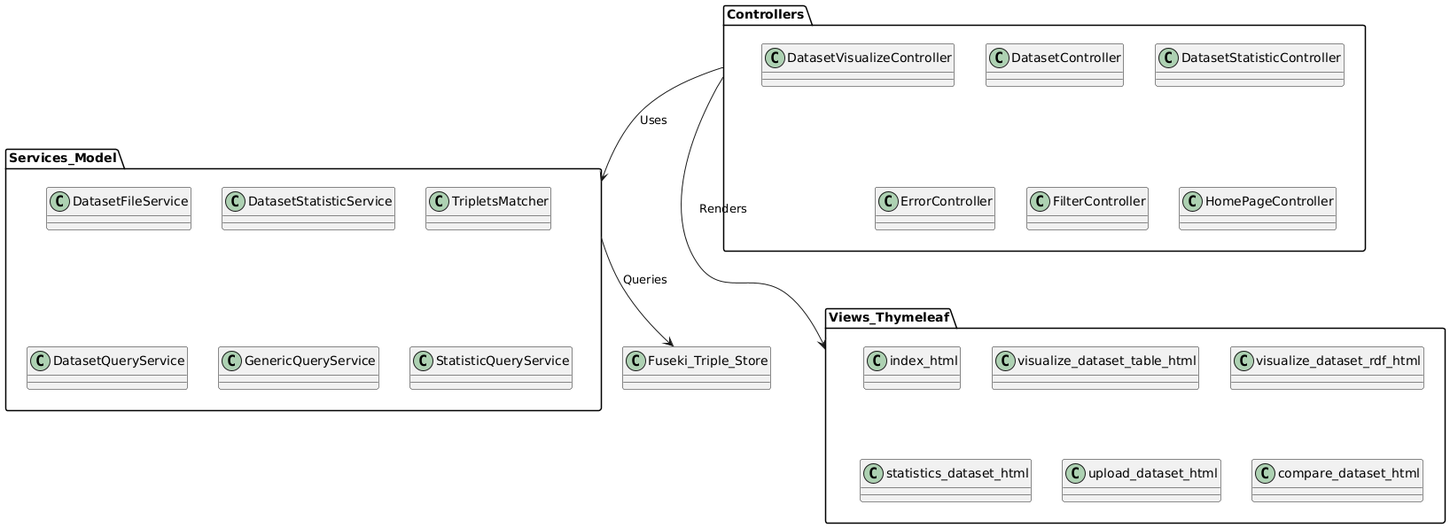
Above: report/images/MVCDiagram.png in RadulescuRichardAndrei/Watr (PlantUML), before the change. Source of this version:
```plantuml
@startuml
package Controllers {
  class DatasetController
  class DatasetStatisticController
  class DatasetVisualizeController
  class ErrorController
  class FilterController
  class HomePageController
}

package Services_Model {
  class DatasetFileService
  class DatasetStatisticService
  class TripletsMatcher
  class DatasetQueryService
  class GenericQueryService
  class StatisticQueryService
}

package Views_Thymeleaf {
  class index_html
  class visualize_dataset_table_html
  class visualize_dataset_rdf_html
  class statistics_dataset_html
  class upload_dataset_html
  class compare_dataset_html
}

class Fuseki_Triple_Store

Controllers --> Services_Model : "Uses"
Services_Model --> Fuseki_Triple_Store : "Queries"
Controllers --> Views_Thymeleaf : "Renders"
@enduml
```
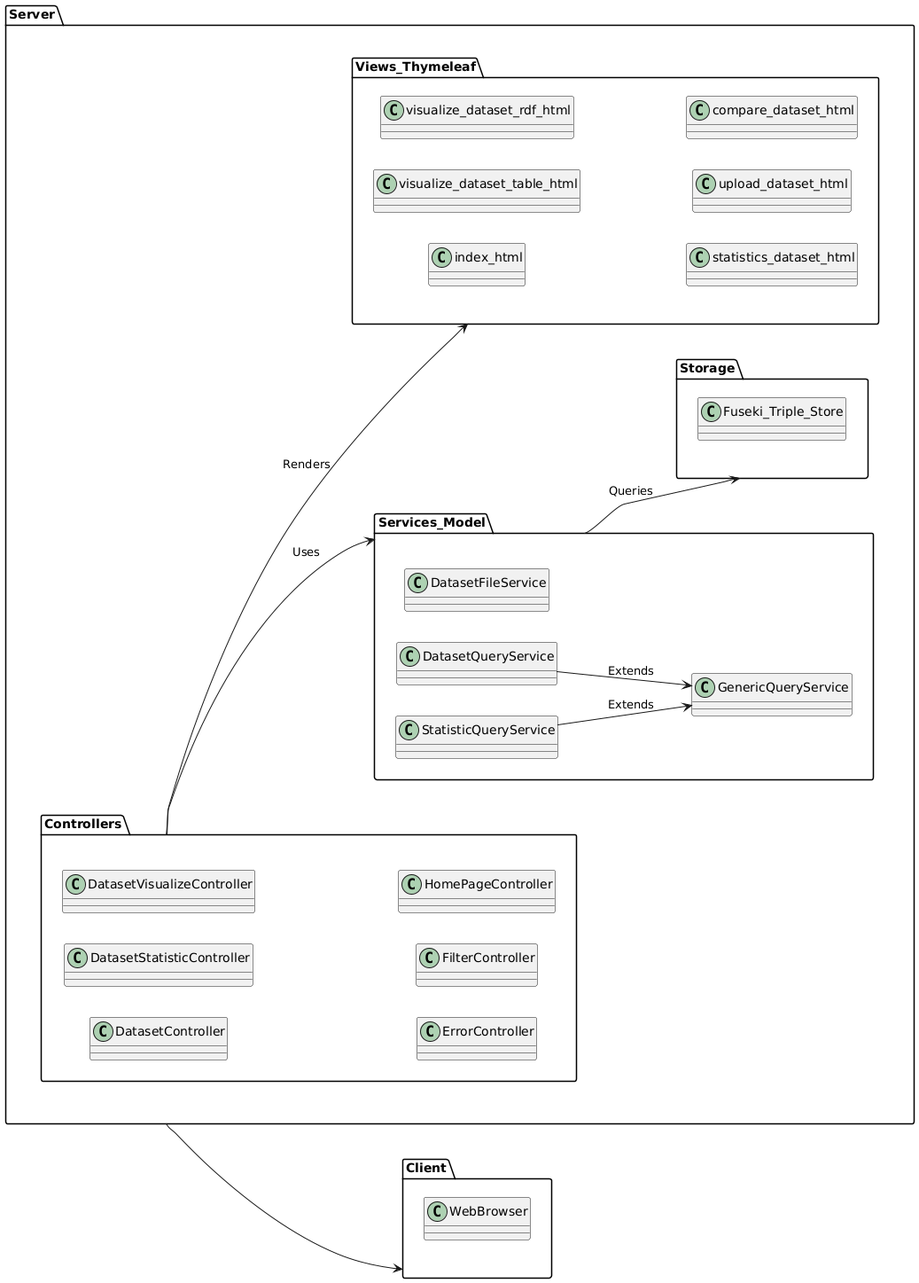
The same file after the commit.

Diff of the diagram source:
```diff
@@ -1,34 +1,48 @@
 @startuml
-package Controllers {
-  class DatasetController
-  class DatasetStatisticController
-  class DatasetVisualizeController
-  class ErrorController
-  class FilterController
-  class HomePageController
+left to right direction
+
+package Server {
+  package Controllers {
+    class DatasetController
+    class DatasetStatisticController
+    class DatasetVisualizeController
+    class ErrorController
+    class FilterController
+    class HomePageController
+  }
+
+  package Services_Model {
+    class DatasetFileService
+    class DatasetQueryService
+    class GenericQueryService
+    class StatisticQueryService
+
+    DatasetQueryService --> GenericQueryService : "Extends"
+    StatisticQueryService --> GenericQueryService : "Extends"
+  }
+
+  package Views_Thymeleaf {
+    class index_html
+    class visualize_dataset_table_html
+    class visualize_dataset_rdf_html
+    class statistics_dataset_html
+    class upload_dataset_html
+    class compare_dataset_html
+  }
+
+  package Storage {
+    class Fuseki_Triple_Store
+  }
+
+
+  Controllers --> Services_Model : "Uses"
+  Services_Model --> Storage : "Queries"
+  Controllers --> Views_Thymeleaf : "Renders"
 }
 
-package Services_Model {
-  class DatasetFileService
-  class DatasetStatisticService
-  class TripletsMatcher
-  class DatasetQueryService
-  class GenericQueryService
-  class StatisticQueryService
+package Client {
+  class WebBrowser
 }
 
-package Views_Thymeleaf {
-  class index_html
-  class visualize_dataset_table_html
-  class visualize_dataset_rdf_html
-  class statistics_dataset_html
-  class upload_dataset_html
-  class compare_dataset_html
-}
-
-class Fuseki_Triple_Store
-
-Controllers --> Services_Model : "Uses"
-Services_Model --> Fuseki_Triple_Store : "Queries"
-Controllers --> Views_Thymeleaf : "Renders"
+Server --> Client
 @enduml
```
